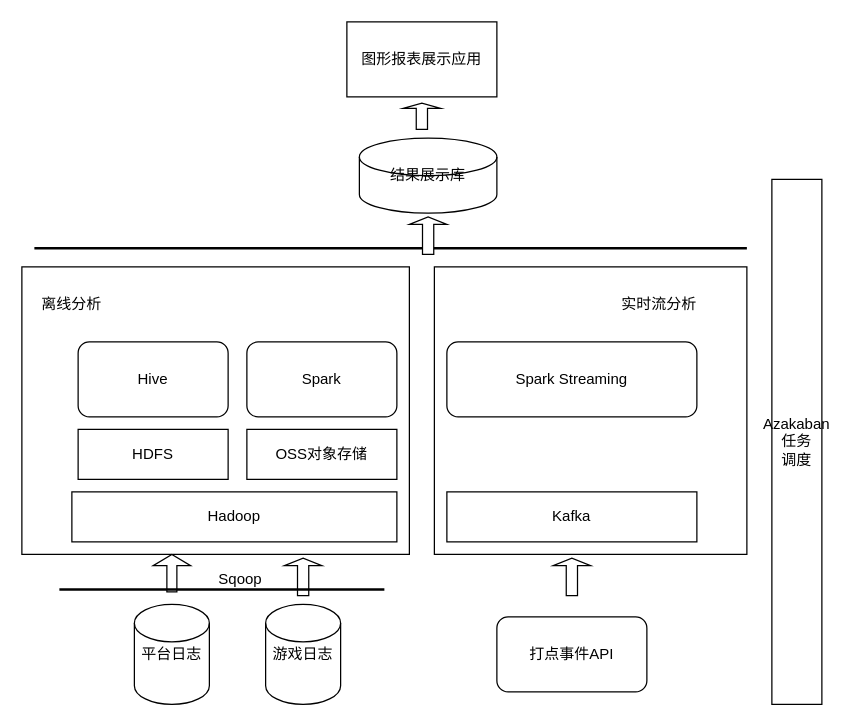
gulinfang/r2docs keeps this draw.io diagram as 数据架构图.drawio. Above is the earlier version. Source tidied: cells renumbered, new cells numbered last; positions are measured from the earlier drawing's top-left corner, leaving out a move shared by most shapes. Both pictures are drawn from the tidied source at 125%, with x=0, y=0 at pixel (21, 21).
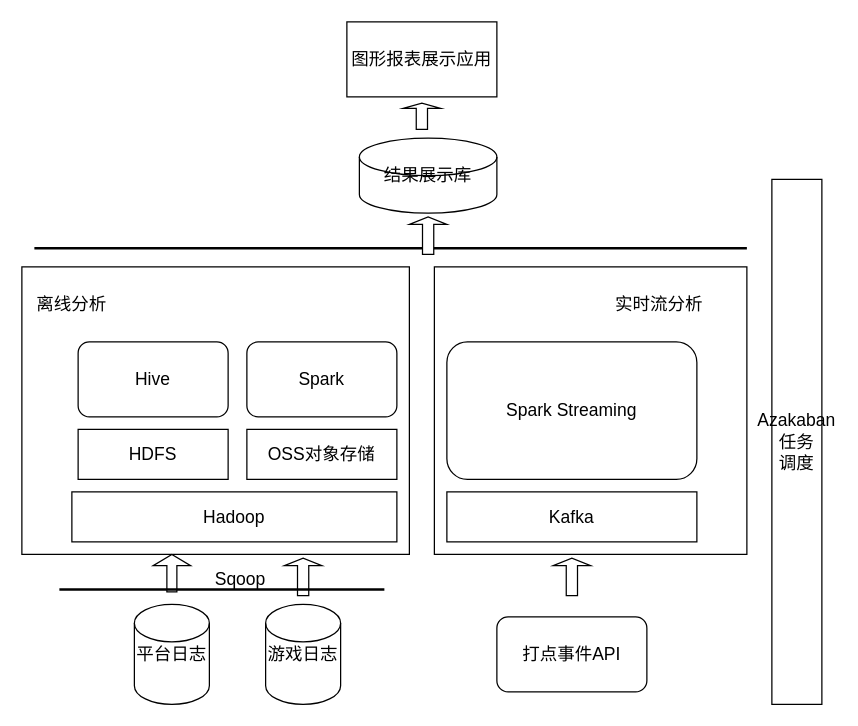
Above is the later version.

Commit message (it also covers changes not shown here):
更新数据架构图.drawio

The edit, as a diff of the source:
```diff
@@
-    <mxCell id="2" style="rounded=0;whiteSpace=wrap;html=1;" parent="1" vertex="1">
+    <mxCell id="2" style="rounded=0;whiteSpace=wrap;html=1;fontSize=14;" parent="1" vertex="1">
       <mxGeometry x="330" y="196" width="250" height="230" as="geometry" />
     </mxCell>
-    <mxCell id="3" style="rounded=0;whiteSpace=wrap;html=1;" parent="1" vertex="1">
+    <mxCell id="3" style="rounded=0;whiteSpace=wrap;html=1;fontSize=14;" parent="1" vertex="1">
       <mxGeometry y="196" width="310" height="230" as="geometry" />
     </mxCell>
-    <mxCell id="4" value="Hadoop" style="rounded=0;whiteSpace=wrap;html=1;" parent="1" vertex="1">
+    <mxCell id="4" value="Hadoop" style="rounded=0;whiteSpace=wrap;html=1;fontSize=14;" parent="1" vertex="1">
       <mxGeometry x="40" y="376" width="260" height="40" as="geometry" />
     </mxCell>
-    <mxCell id="5" value="HDFS" style="rounded=0;whiteSpace=wrap;html=1;" parent="1" vertex="1">
+    <mxCell id="5" value="HDFS" style="rounded=0;whiteSpace=wrap;html=1;fontSize=14;" parent="1" vertex="1">
       <mxGeometry x="45" y="326" width="120" height="40" as="geometry" />
     </mxCell>
-    <mxCell id="6" value="Hive" style="rounded=1;whiteSpace=wrap;html=1;" parent="1" vertex="1">
+    <mxCell id="6" value="Hive" style="rounded=1;whiteSpace=wrap;html=1;fontSize=14;" parent="1" vertex="1">
       <mxGeometry x="45" y="256" width="120" height="60" as="geometry" />
     </mxCell>
-    <mxCell id="7" value="Spark" style="rounded=1;whiteSpace=wrap;html=1;" parent="1" vertex="1">
+    <mxCell id="7" value="Spark" style="rounded=1;whiteSpace=wrap;html=1;fontSize=14;" parent="1" vertex="1">
       <mxGeometry x="180" y="256" width="120" height="60" as="geometry" />
     </mxCell>
-    <mxCell id="8" value="Kafka" style="rounded=0;whiteSpace=wrap;html=1;" parent="1" vertex="1">
+    <mxCell id="8" value="Kafka" style="rounded=0;whiteSpace=wrap;html=1;fontSize=14;" parent="1" vertex="1">
       <mxGeometry x="340" y="376" width="200" height="40" as="geometry" />
     </mxCell>
-    <mxCell id="9" value="Spark Streaming" style="rounded=1;whiteSpace=wrap;html=1;" parent="1" vertex="1">
-      <mxGeometry x="340" y="256" width="200" height="60" as="geometry" />
+    <mxCell id="9" value="Spark Streaming" style="rounded=1;whiteSpace=wrap;html=1;fontSize=14;" parent="1" vertex="1">
+      <mxGeometry x="340" y="256" width="200" height="110" as="geometry" />
     </mxCell>
-    <mxCell id="10" value="平台日志" style="shape=cylinder2;whiteSpace=wrap;html=1;boundedLbl=1;backgroundOutline=1;size=15;" parent="1" vertex="1">
+    <mxCell id="10" value="平台日志" style="shape=cylinder2;whiteSpace=wrap;html=1;boundedLbl=1;backgroundOutline=1;size=15;fontSize=14;" parent="1" vertex="1">
       <mxGeometry x="90" y="466" width="60" height="80" as="geometry" />
     </mxCell>
-    <mxCell id="11" value="游戏日志" style="shape=cylinder2;whiteSpace=wrap;html=1;boundedLbl=1;backgroundOutline=1;size=15;" parent="1" vertex="1">
+    <mxCell id="11" value="游戏日志" style="shape=cylinder2;whiteSpace=wrap;html=1;boundedLbl=1;backgroundOutline=1;size=15;fontSize=14;" parent="1" vertex="1">
       <mxGeometry x="195" y="466" width="60" height="80" as="geometry" />
     </mxCell>
-    <mxCell id="12" style="shape=singleArrow;direction=north;whiteSpace=wrap;html=1;arrowWidth=0.26666666666666666;arrowSize=0.3;" parent="1" vertex="1">
+    <mxCell id="12" style="shape=singleArrow;direction=north;whiteSpace=wrap;html=1;arrowWidth=0.26666666666666666;arrowSize=0.3;fontSize=14;" parent="1" vertex="1">
       <mxGeometry x="105" y="426" width="30" height="30" as="geometry" />
     </mxCell>
-    <mxCell id="13" style="shape=singleArrow;direction=north;whiteSpace=wrap;html=1;" parent="1" vertex="1">
+    <mxCell id="13" style="shape=singleArrow;direction=north;whiteSpace=wrap;html=1;fontSize=14;" parent="1" vertex="1">
       <mxGeometry x="210" y="429" width="30" height="30" as="geometry" />
     </mxCell>
-    <mxCell id="14" value="Sqoop" style="text;html=1;strokeColor=none;fillColor=none;align=center;verticalAlign=middle;whiteSpace=wrap;rounded=0;" parent="1" vertex="1">
+    <mxCell id="14" value="Sqoop" style="text;html=1;strokeColor=none;fillColor=none;align=center;verticalAlign=middle;whiteSpace=wrap;rounded=0;fontSize=14;" parent="1" vertex="1">
       <mxGeometry x="155" y="436" width="40" height="20" as="geometry" />
     </mxCell>
-    <mxCell id="15" style="shape=singleArrow;direction=north;whiteSpace=wrap;html=1;" parent="1" vertex="1">
+    <mxCell id="15" style="shape=singleArrow;direction=north;whiteSpace=wrap;html=1;fontSize=14;" parent="1" vertex="1">
       <mxGeometry x="425" y="429" width="30" height="30" as="geometry" />
     </mxCell>
-    <mxCell id="16" value="打点事件API" style="rounded=1;whiteSpace=wrap;html=1;" parent="1" vertex="1">
+    <mxCell id="16" value="打点事件API" style="rounded=1;whiteSpace=wrap;html=1;fontSize=14;" parent="1" vertex="1">
       <mxGeometry x="380" y="476" width="120" height="60" as="geometry" />
     </mxCell>
-    <mxCell id="17" value="离线分析" style="text;html=1;strokeColor=none;fillColor=none;align=center;verticalAlign=middle;whiteSpace=wrap;rounded=0;" parent="1" vertex="1">
+    <mxCell id="17" value="离线分析" style="text;html=1;strokeColor=none;fillColor=none;align=center;verticalAlign=middle;whiteSpace=wrap;rounded=0;fontSize=14;" parent="1" vertex="1">
       <mxGeometry y="216" width="80" height="20" as="geometry" />
     </mxCell>
-    <mxCell id="18" value="实时流分析" style="text;html=1;strokeColor=none;fillColor=none;align=center;verticalAlign=middle;whiteSpace=wrap;rounded=0;" parent="1" vertex="1">
+    <mxCell id="18" value="实时流分析" style="text;html=1;strokeColor=none;fillColor=none;align=center;verticalAlign=middle;whiteSpace=wrap;rounded=0;fontSize=14;" parent="1" vertex="1">
       <mxGeometry x="470" y="216" width="80" height="20" as="geometry" />
     </mxCell>
-    <mxCell id="19" value="Azakaban&lt;br&gt;任务&lt;br&gt;调度" style="rounded=0;whiteSpace=wrap;html=1;" parent="1" vertex="1">
+    <mxCell id="19" value="Azakaban&lt;br style=&quot;font-size: 14px;&quot;&gt;任务&lt;br style=&quot;font-size: 14px;&quot;&gt;调度" style="rounded=0;whiteSpace=wrap;html=1;fontSize=14;" parent="1" vertex="1">
       <mxGeometry x="600" y="126" width="40" height="420" as="geometry" />
     </mxCell>
-    <mxCell id="20" value="OSS对象存储" style="rounded=0;whiteSpace=wrap;html=1;" parent="1" vertex="1">
+    <mxCell id="20" value="OSS对象存储" style="rounded=0;whiteSpace=wrap;html=1;fontSize=14;" parent="1" vertex="1">
       <mxGeometry x="180" y="326" width="120" height="40" as="geometry" />
     </mxCell>
-    <mxCell id="21" value="结果展示库" style="shape=cylinder2;whiteSpace=wrap;html=1;boundedLbl=1;backgroundOutline=1;size=15;" parent="1" vertex="1">
+    <mxCell id="21" value="结果展示库" style="shape=cylinder2;whiteSpace=wrap;html=1;boundedLbl=1;backgroundOutline=1;size=15;fontSize=14;" parent="1" vertex="1">
       <mxGeometry x="270" y="93" width="110" height="60" as="geometry" />
     </mxCell>
-    <mxCell id="22" value="图形报表展示应用" style="rounded=0;whiteSpace=wrap;html=1;" parent="1" vertex="1">
+    <mxCell id="22" value="图形报表展示应用" style="rounded=0;whiteSpace=wrap;html=1;fontSize=14;" parent="1" vertex="1">
       <mxGeometry x="260" width="120" height="60" as="geometry" />
     </mxCell>
-    <mxCell id="23" style="line;strokeWidth=2;html=1;" parent="1" vertex="1">
+    <mxCell id="23" style="line;strokeWidth=2;html=1;fontSize=14;" parent="1" vertex="1">
       <mxGeometry x="10" y="176" width="570" height="10" as="geometry" />
     </mxCell>
-    <mxCell id="24" style="shape=singleArrow;direction=north;whiteSpace=wrap;html=1;" parent="1" vertex="1">
+    <mxCell id="24" style="shape=singleArrow;direction=north;whiteSpace=wrap;html=1;fontSize=14;" parent="1" vertex="1">
       <mxGeometry x="310" y="156" width="30" height="30" as="geometry" />
     </mxCell>
-    <mxCell id="25" style="line;strokeWidth=2;html=1;" parent="1" vertex="1">
+    <mxCell id="25" style="line;strokeWidth=2;html=1;fontSize=14;" parent="1" vertex="1">
       <mxGeometry x="30" y="449" width="260" height="10" as="geometry" />
     </mxCell>
-    <mxCell id="26" style="shape=singleArrow;direction=north;whiteSpace=wrap;html=1;" parent="1" vertex="1">
+    <mxCell id="26" style="shape=singleArrow;direction=north;whiteSpace=wrap;html=1;fontSize=14;" parent="1" vertex="1">
       <mxGeometry x="305" y="65" width="30" height="21" as="geometry" />
     </mxCell>
```
